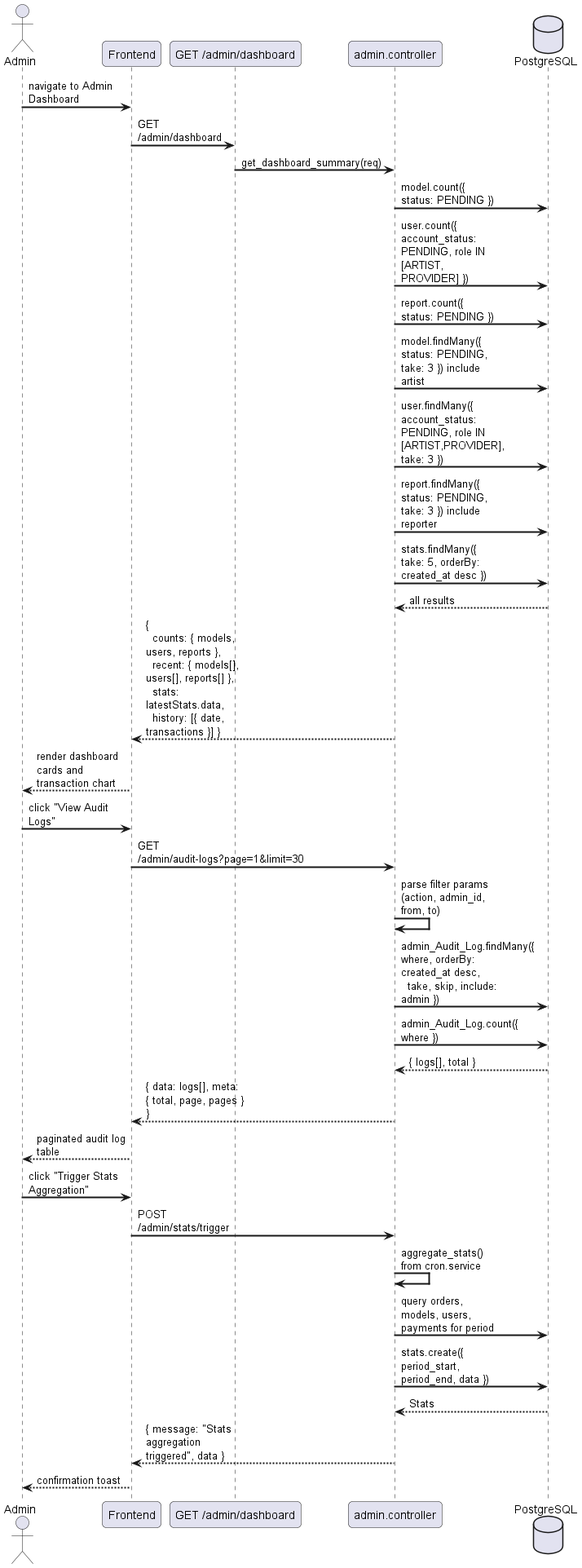
This is docs/diagrams/exports/sequence/admin/sequence_admin_dashboard.png from Schryzon/3Dex, a PlantUML export, as it was before one commit. Its diagram source:
```plantuml
@startuml
skinparam sequenceArrowThickness 2
skinparam roundcorner 10
skinparam maxmessagesize 120

actor "Admin" as ADM
participant "Frontend" as FE
participant "GET /admin/dashboard" as DASH
participant "admin.controller" as AC
database "PostgreSQL" as DB

ADM -> FE : navigate to Admin Dashboard
FE -> DASH : GET /admin/dashboard
DASH -> AC : get_dashboard_summary(req)
AC -> DB : model.count({ status: PENDING })
AC -> DB : user.count({ account_status: PENDING, role IN [ARTIST, PROVIDER] })
AC -> DB : report.count({ status: PENDING })
AC -> DB : model.findMany({ status: PENDING, take: 3 }) include artist
AC -> DB : user.findMany({ account_status: PENDING, role IN [ARTIST,PROVIDER], take: 3 })
AC -> DB : report.findMany({ status: PENDING, take: 3 }) include reporter
AC -> DB : stats.findMany({ take: 5, orderBy: created_at desc })
DB --> AC : all results
AC --> FE : {\n  counts: { models, users, reports },\n  recent: { models[], users[], reports[] },\n  stats: latestStats.data,\n  history: [{ date, transactions }] }
FE --> ADM : render dashboard cards and transaction chart

ADM -> FE : click "View Audit Logs"
FE -> AC : GET /admin/audit-logs?page=1&limit=30
AC -> AC : parse filter params (action, admin_id, from, to)
AC -> DB : admin_Audit_Log.findMany({ where, orderBy: created_at desc,\n  take, skip, include: admin })
AC -> DB : admin_Audit_Log.count({ where })
DB --> AC : { logs[], total }
AC --> FE : { data: logs[], meta: { total, page, pages } }
FE --> ADM : paginated audit log table

ADM -> FE : click "Trigger Stats Aggregation"
FE -> AC : POST /admin/stats/trigger
AC -> AC : aggregate_stats() from cron.service
AC -> DB : query orders, models, users, payments for period
AC -> DB : stats.create({ period_start, period_end, data })
DB --> AC : Stats
AC --> FE : { message: "Stats aggregation triggered", data }
FE --> ADM : confirmation toast
@enduml
```
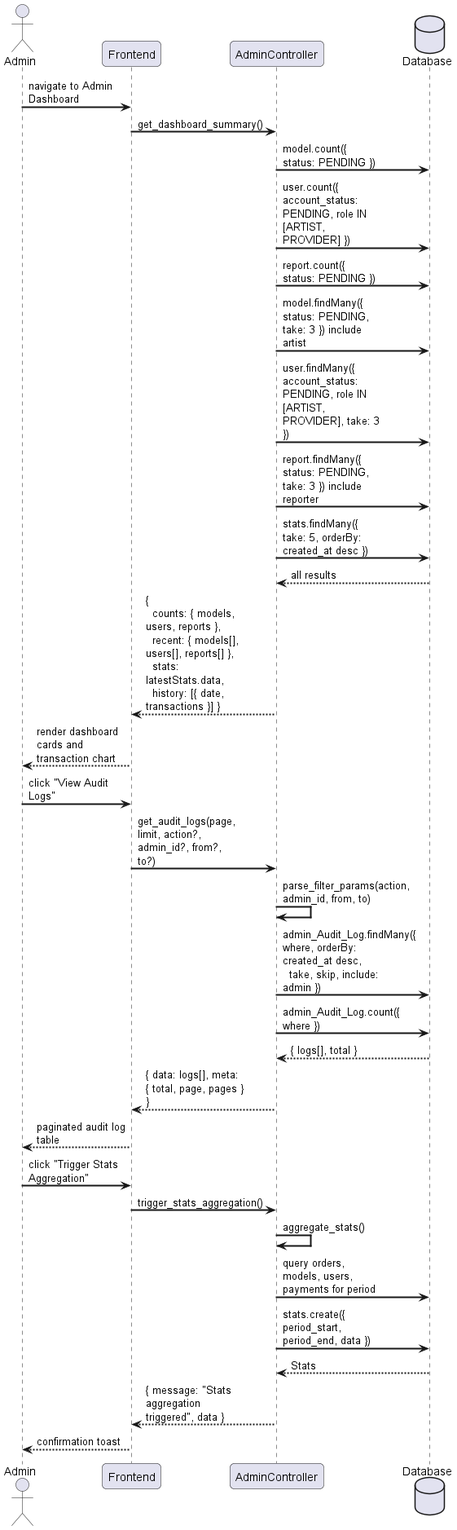
After the change.

The edit, as a diff of the source:
```diff
@@ -5,18 +5,16 @@
 
 actor "Admin" as ADM
 participant "Frontend" as FE
-participant "GET /admin/dashboard" as DASH
-participant "admin.controller" as AC
-database "PostgreSQL" as DB
+participant "AdminController" as AC
+database "Database" as DB
 
 ADM -> FE : navigate to Admin Dashboard
-FE -> DASH : GET /admin/dashboard
-DASH -> AC : get_dashboard_summary(req)
+FE -> AC : get_dashboard_summary()
 AC -> DB : model.count({ status: PENDING })
 AC -> DB : user.count({ account_status: PENDING, role IN [ARTIST, PROVIDER] })
 AC -> DB : report.count({ status: PENDING })
 AC -> DB : model.findMany({ status: PENDING, take: 3 }) include artist
-AC -> DB : user.findMany({ account_status: PENDING, role IN [ARTIST,PROVIDER], take: 3 })
+AC -> DB : user.findMany({ account_status: PENDING, role IN [ARTIST, PROVIDER], take: 3 })
 AC -> DB : report.findMany({ status: PENDING, take: 3 }) include reporter
 AC -> DB : stats.findMany({ take: 5, orderBy: created_at desc })
 DB --> AC : all results
@@ -24,8 +22,8 @@
 FE --> ADM : render dashboard cards and transaction chart
 
 ADM -> FE : click "View Audit Logs"
-FE -> AC : GET /admin/audit-logs?page=1&limit=30
-AC -> AC : parse filter params (action, admin_id, from, to)
+FE -> AC : get_audit_logs(page, limit, action?, admin_id?, from?, to?)
+AC -> AC : parse_filter_params(action, admin_id, from, to)
 AC -> DB : admin_Audit_Log.findMany({ where, orderBy: created_at desc,\n  take, skip, include: admin })
 AC -> DB : admin_Audit_Log.count({ where })
 DB --> AC : { logs[], total }
@@ -33,8 +31,8 @@
 FE --> ADM : paginated audit log table
 
 ADM -> FE : click "Trigger Stats Aggregation"
-FE -> AC : POST /admin/stats/trigger
-AC -> AC : aggregate_stats() from cron.service
+FE -> AC : trigger_stats_aggregation()
+AC -> AC : aggregate_stats()
 AC -> DB : query orders, models, users, payments for period
 AC -> DB : stats.create({ period_start, period_end, data })
 DB --> AC : Stats
```
